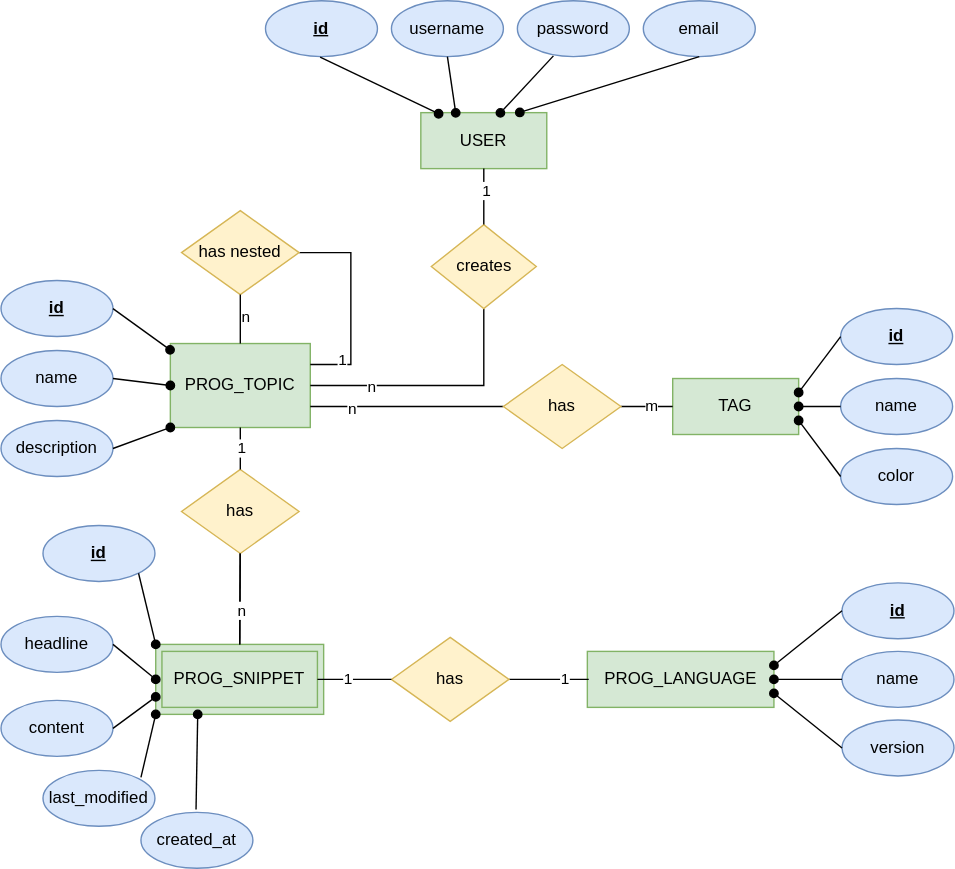
Earlier version of the draw.io export docs/milestone-01/erd/snip-man-er.svg (peter-gy/snip-man). Source tidied: cells renumbered, new cells last; positions are measured from the earlier drawing's top-left corner, leaving out a move shared by most shapes.
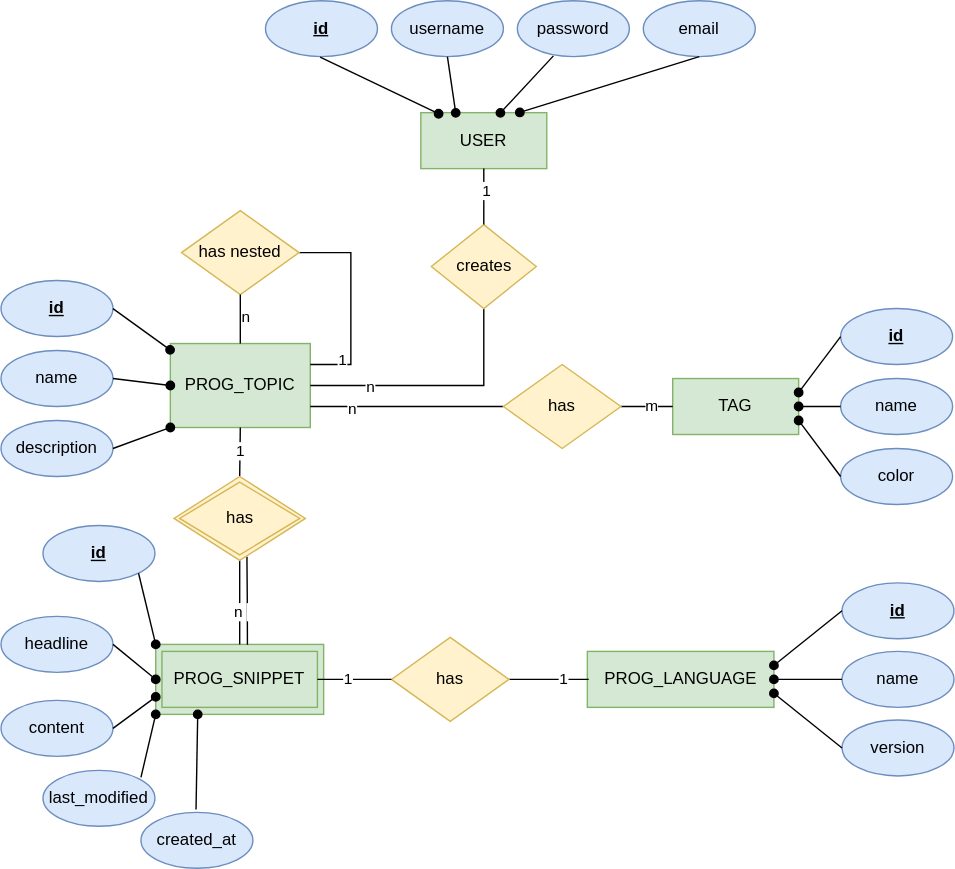
The same diagram one commit later.

Commit message:
docs(M1): update weak rel in ERD

Change to the diagram source:
```diff
@@ -280,14 +280,6 @@
     <mxCell id="91" value="1" style="edgeLabel;html=1;align=center;verticalAlign=middle;" parent="90" vertex="1">
       <mxGeometry x="-0.25" y="1" relative="1" as="geometry" />
     </mxCell>
-    <mxCell id="92" style="edgeStyle=none;rounded=0;jettySize=auto;html=1;exitX=0.5;exitY=1;exitDx=0;exitDy=0;entryX=0.5;entryY=0;entryDx=0;entryDy=0;endArrow=none;endFill=0;" parent="1" edge="1" target="21">
-      <mxGeometry relative="1" as="geometry">
-        <mxPoint x="171" y="386" as="sourcePoint" />
-      </mxGeometry>
-    </mxCell>
-    <mxCell id="93" value="has" style="shape=rhombus;perimeter=rhombusPerimeter;whiteSpace=wrap;html=1;align=center;fillColor=#fff2cc;strokeColor=#d6b656;" parent="1" vertex="1">
-      <mxGeometry x="129" y="335" width="84" height="60" as="geometry" />
-    </mxCell>
     <mxCell id="94" style="edgeStyle=none;rounded=0;jettySize=auto;html=1;exitX=0.5;exitY=1;exitDx=0;exitDy=0;entryX=0.5;entryY=0;entryDx=0;entryDy=0;endArrow=none;endFill=0;" parent="1" edge="1" source="18" target="93">
       <mxGeometry relative="1" as="geometry" />
     </mxCell>
@@ -333,11 +325,13 @@
     <mxCell id="105" value="has" style="shape=rhombus;perimeter=rhombusPerimeter;whiteSpace=wrap;html=1;align=center;fillColor=#fff2cc;strokeColor=#d6b656;" parent="1" vertex="1">
       <mxGeometry x="359" y="260" width="84" height="60" as="geometry" />
     </mxCell>
-    <mxCell id="106" style="edgeStyle=none;rounded=0;jettySize=auto;html=1;endArrow=none;endFill=0;" parent="1" edge="1" source="21" target="93">
+    <mxCell id="106" style="edgeStyle=none;rounded=0;jettySize=auto;html=1;endArrow=none;endFill=0;entryX=0.5;entryY=1;entryDx=0;entryDy=0;" parent="1" edge="1" source="21" target="93">
       <mxGeometry relative="1" as="geometry" />
     </mxCell>
-    <mxCell id="107" value="n" style="edgeLabel;html=1;align=center;verticalAlign=middle;" parent="106" vertex="1">
-      <mxGeometry x="-0.23" y="-1" relative="1" as="geometry" />
+    <mxCell id="107" value="&amp;nbsp; n&amp;nbsp; &amp;nbsp;" style="edgeLabel;html=1;align=center;verticalAlign=middle;" parent="106" vertex="1">
+      <mxGeometry x="-0.23" y="-1" relative="1" as="geometry">
+        <mxPoint x="-1" y="-1" as="offset" />
+      </mxGeometry>
     </mxCell>
     <mxCell id="108" style="edgeStyle=none;rounded=0;jettySize=auto;html=1;exitX=1;exitY=0.5;exitDx=0;exitDy=0;endArrow=none;endFill=0;" parent="1" edge="1" source="110">
       <mxGeometry relative="1" as="geometry">
@@ -368,5 +362,21 @@
     <mxCell id="116" style="edgeStyle=none;rounded=0;jettySize=auto;html=1;exitX=0.492;exitY=-0.05;exitDx=0;exitDy=0;entryX=0.25;entryY=1;entryDx=0;entryDy=0;endArrow=oval;endFill=1;exitPerimeter=0;" parent="1" edge="1" source="114" target="21">
       <mxGeometry relative="1" as="geometry" />
     </mxCell>
+    <mxCell id="117" style="edgeStyle=orthogonalEdgeStyle;rounded=0;jettySize=auto;html=1;exitX=0.556;exitY=0.955;exitDx=0;exitDy=0;entryX=0.546;entryY=0.004;entryDx=0;entryDy=0;entryPerimeter=0;endArrow=none;endFill=0;exitPerimeter=0;" parent="1" edge="1" source="93" target="21">
+      <mxGeometry relative="1" as="geometry">
+        <Array as="points">
+          <mxPoint x="176" y="400" />
+          <mxPoint x="176" y="400" />
+          <mxPoint x="176" y="430" />
+          <mxPoint x="176" y="430" />
+        </Array>
+      </mxGeometry>
+    </mxCell>
+    <mxCell id="118" value="&amp;nbsp;" style="edgeLabel;html=1;align=center;verticalAlign=middle;" parent="117" vertex="1">
+      <mxGeometry x="0.23" relative="1" as="geometry" />
+    </mxCell>
+    <mxCell id="93" value="has" style="shape=rhombus;double=1;perimeter=rhombusPerimeter;whiteSpace=wrap;html=1;align=center;fillColor=#fff2cc;strokeColor=#d6b656;" parent="1" vertex="1">
+      <mxGeometry x="123.6" y="340" width="93.9" height="60" as="geometry" />
+    </mxCell>
   </root>
 </mxGraphModel>
```
